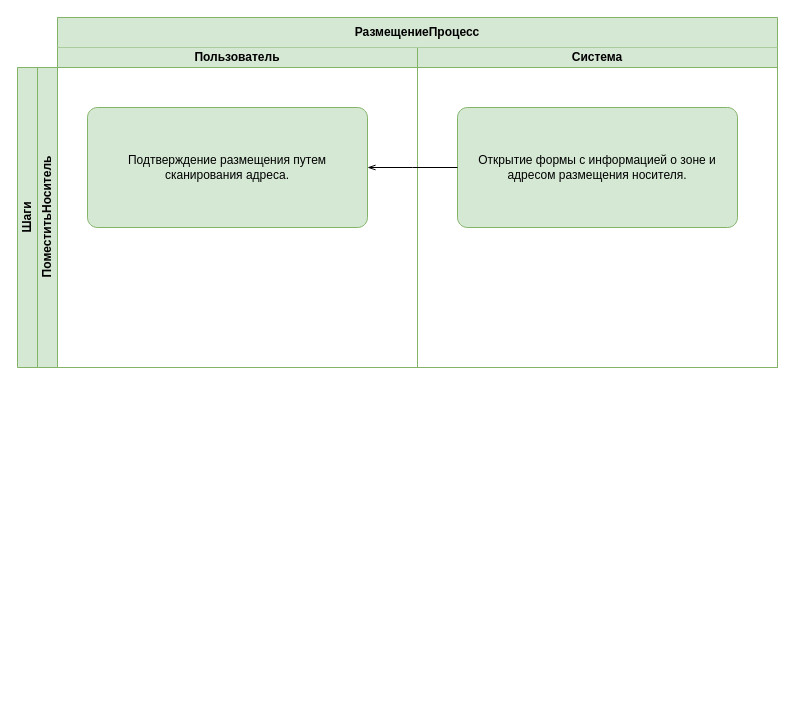
Above: mobile-client/terminal-programms/razmeschenie/РазмещениеПроцесс.drawio in flln23/TopLog_Diagrams (draw.io), before the change. Source tidied: cells renumbered, new cells numbered last; positions are measured from the earlier drawing's top-left corner, leaving out a move shared by most shapes. Both pictures are drawn from the tidied source at 100%, with x=0, y=0 at pixel (17, 17).
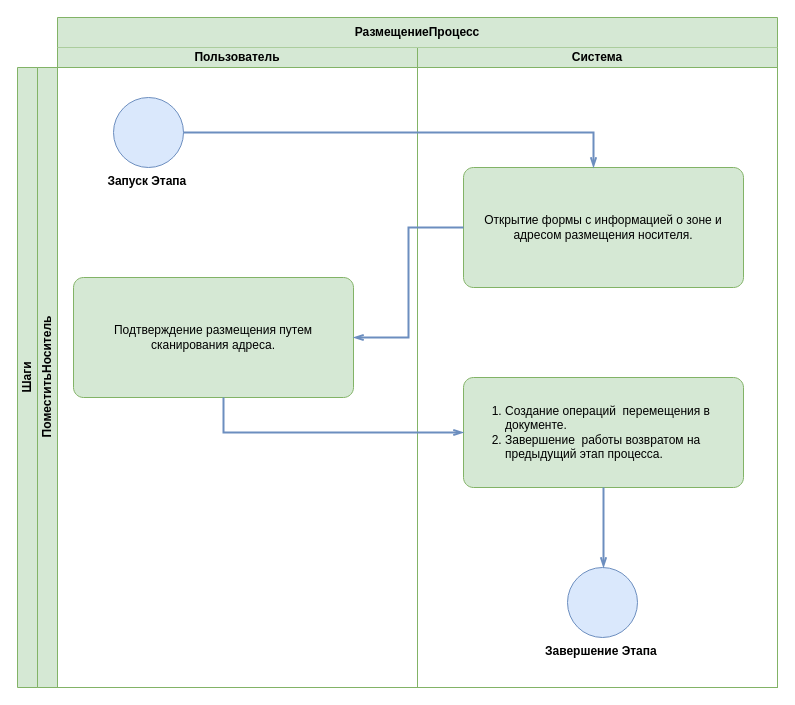
After the change.

Diff of the diagram source:
```diff
@@
     <mxCell id="2" value="Шаги" style="swimlane;html=1;horizontal=0;startSize=20;whiteSpace=wrap;fillColor=#d5e8d4;strokeColor=#82b366;" parent="1" vertex="1">
-      <mxGeometry y="50" width="760" height="300" as="geometry" />
+      <mxGeometry y="50" width="760" height="620" as="geometry" />
     </mxCell>
     <mxCell id="3" value="ПоместитьНоситель" style="swimlane;html=1;startSize=20;horizontal=0;fillColor=#d5e8d4;strokeColor=#82b366;" parent="2" vertex="1">
-      <mxGeometry x="20" width="740" height="300" as="geometry" />
+      <mxGeometry x="20" width="740" height="620" as="geometry" />
     </mxCell>
@@
     <mxCell id="5" value="Пользователь" style="swimlane;startSize=20;whiteSpace=wrap;html=1;fillColor=#d5e8d4;strokeColor=#82b366;" parent="4" vertex="1">
-      <mxGeometry x="40" y="30" width="360" height="320" as="geometry" />
+      <mxGeometry x="40" y="30" width="360" height="640" as="geometry" />
     </mxCell>
     <mxCell id="6" value="Подтверждение размещения путем сканирования адреса." style="points=[[0.25,0,0],[0.5,0,0],[0.75,0,0],[1,0.25,0],[1,0.5,0],[1,0.75,0],[0.75,1,0],[0.5,1,0],[0.25,1,0],[0,0.75,0],[0,0.5,0],[0,0.25,0]];shape=mxgraph.bpmn.task;whiteSpace=wrap;rectStyle=rounded;size=10;html=1;taskMarker=abstract;fillColor=#d5e8d4;strokeColor=#82b366;" parent="5" vertex="1">
-      <mxGeometry x="30" y="60" width="280" height="120" as="geometry" />
+      <mxGeometry x="16" y="230" width="280" height="120" as="geometry" />
     </mxCell>
+    <mxCell id="11" value="Запуск Этапа&amp;nbsp;" style="points=[[0.145,0.145,0],[0.5,0,0],[0.855,0.145,0],[1,0.5,0],[0.855,0.855,0],[0.5,1,0],[0.145,0.855,0],[0,0.5,0]];shape=mxgraph.bpmn.event;html=1;verticalLabelPosition=bottom;labelBackgroundColor=#ffffff;verticalAlign=top;align=center;perimeter=ellipsePerimeter;outlineConnect=0;outline=standard;symbol=general;fillColor=#dae8fc;strokeColor=#6c8ebf;fontStyle=1;" parent="5" vertex="1">
+      <mxGeometry x="56" y="50" width="70" height="70" as="geometry" />
+    </mxCell>
     <mxCell id="7" value="Система" style="swimlane;startSize=20;whiteSpace=wrap;html=1;fillColor=#d5e8d4;strokeColor=#82b366;" parent="4" vertex="1">
-      <mxGeometry x="400" y="30" width="360" height="320" as="geometry" />
+      <mxGeometry x="400" y="30" width="360" height="640" as="geometry" />
     </mxCell>
     <mxCell id="8" value="Открытие формы с информацией о зоне и адресом размещения носителя." style="points=[[0.25,0,0],[0.5,0,0],[0.75,0,0],[1,0.25,0],[1,0.5,0],[1,0.75,0],[0.75,1,0],[0.5,1,0],[0.25,1,0],[0,0.75,0],[0,0.5,0],[0,0.25,0]];shape=mxgraph.bpmn.task;whiteSpace=wrap;rectStyle=rounded;size=10;html=1;taskMarker=abstract;fillColor=#d5e8d4;strokeColor=#82b366;" parent="7" vertex="1">
-      <mxGeometry x="40" y="60" width="280" height="120" as="geometry" />
+      <mxGeometry x="46" y="120" width="280" height="120" as="geometry" />
     </mxCell>
+    <mxCell id="12" value="&lt;ol&gt;&lt;li&gt;Создание операций&amp;nbsp; перемещения в документе.&lt;/li&gt;&lt;li&gt;Завершение&amp;nbsp; работы возвратом на предыдущий этап процесса.&lt;/li&gt;&lt;/ol&gt;" style="points=[[0.25,0,0],[0.5,0,0],[0.75,0,0],[1,0.25,0],[1,0.5,0],[1,0.75,0],[0.75,1,0],[0.5,1,0],[0.25,1,0],[0,0.75,0],[0,0.5,0],[0,0.25,0]];shape=mxgraph.bpmn.task;whiteSpace=wrap;rectStyle=rounded;size=10;html=1;taskMarker=abstract;fillColor=#d5e8d4;strokeColor=#82b366;align=left;" parent="7" vertex="1">
+      <mxGeometry x="46" y="330" width="280" height="110" as="geometry" />
+    </mxCell>
+    <mxCell id="13" value="Завершение Этапа&amp;nbsp;" style="points=[[0.145,0.145,0],[0.5,0,0],[0.855,0.145,0],[1,0.5,0],[0.855,0.855,0],[0.5,1,0],[0.145,0.855,0],[0,0.5,0]];shape=mxgraph.bpmn.event;html=1;verticalLabelPosition=bottom;labelBackgroundColor=#ffffff;verticalAlign=top;align=center;perimeter=ellipsePerimeter;outlineConnect=0;outline=standard;symbol=general;fillColor=#dae8fc;strokeColor=#6c8ebf;fontStyle=1;" parent="7" vertex="1">
+      <mxGeometry x="150" y="520" width="70" height="70" as="geometry" />
+    </mxCell>
+    <mxCell id="14" style="edgeStyle=elbowEdgeStyle;fontSize=12;html=1;endFill=0;startFill=0;endSize=6;startSize=6;endArrow=openThin;startArrow=none;rounded=0;fillColor=#dae8fc;strokeColor=#6c8ebf;strokeWidth=2;" parent="7" edge="1" target="13">
+      <mxGeometry relative="1" as="geometry">
+        <mxPoint x="186" y="440" as="sourcePoint" />
+        <Array as="points">
+          <mxPoint x="186" y="450" />
+          <mxPoint x="166" y="460" />
+        </Array>
+      </mxGeometry>
+    </mxCell>
-    <mxCell id="9" style="edgeStyle=elbowEdgeStyle;fontSize=12;html=1;endFill=0;startFill=0;endSize=6;startSize=6;endArrow=openThin;startArrow=none;rounded=0;entryX=1;entryY=0.5;entryDx=0;entryDy=0;entryPerimeter=0;exitX=0;exitY=0.5;exitDx=0;exitDy=0;exitPerimeter=0;" parent="4" edge="1" source="8" target="6">
+    <mxCell id="9" style="edgeStyle=elbowEdgeStyle;fontSize=12;html=1;endFill=0;startFill=0;endSize=6;startSize=6;endArrow=openThin;startArrow=none;rounded=0;entryX=1;entryY=0.5;entryDx=0;entryDy=0;entryPerimeter=0;exitX=0;exitY=0.5;exitDx=0;exitDy=0;exitPerimeter=0;fillColor=#dae8fc;strokeColor=#6c8ebf;strokeWidth=2;" parent="4" edge="1" source="8" target="6">
       <mxGeometry relative="1" as="geometry" />
     </mxCell>
@@
+    <mxCell id="15" style="edgeStyle=elbowEdgeStyle;fontSize=12;html=1;endFill=0;startFill=0;endSize=6;startSize=6;endArrow=openThin;startArrow=none;rounded=0;exitX=1;exitY=0.5;exitDx=0;exitDy=0;exitPerimeter=0;fillColor=#dae8fc;strokeColor=#6c8ebf;strokeWidth=2;" parent="4" edge="1" source="11" target="8">
+      <mxGeometry relative="1" as="geometry">
+        <Array as="points">
+          <mxPoint x="576" y="140" />
+          <mxPoint x="606" y="130" />
+        </Array>
+      </mxGeometry>
+    </mxCell>
+    <mxCell id="16" style="edgeStyle=elbowEdgeStyle;fontSize=12;html=1;endFill=0;startFill=0;endSize=6;startSize=6;endArrow=openThin;startArrow=none;rounded=0;fillColor=#dae8fc;strokeColor=#6c8ebf;entryX=0;entryY=0.5;entryDx=0;entryDy=0;entryPerimeter=0;strokeWidth=2;" parent="4" edge="1" source="6" target="12">
+      <mxGeometry relative="1" as="geometry">
+        <Array as="points">
+          <mxPoint x="206" y="370" />
+        </Array>
+      </mxGeometry>
+    </mxCell>
```
